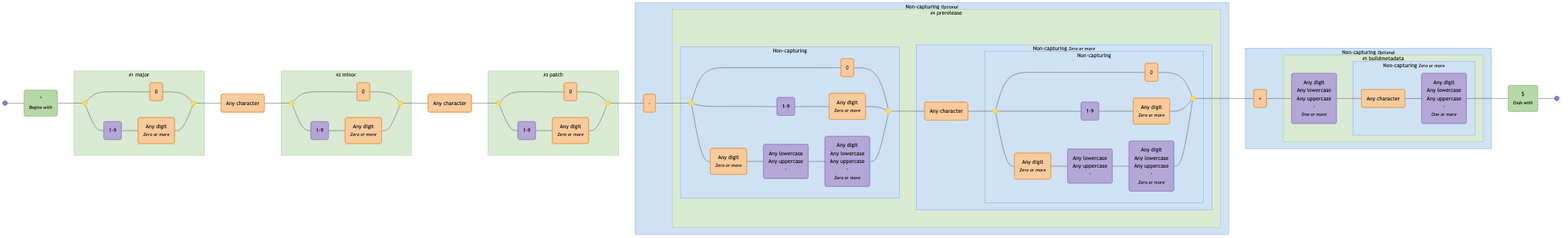
The Mermaid diagram diagrams/semver.mermaid-diagram.png in tayles/regex-to-mermaid, before a commit. Its source is kept beside it as diagrams/semver.mermaid. Source of this version:
```mermaid
graph LR
  accTitle: "Regex: ^(?<major>0|[1-9]\\d*)\\.(?<minor>0|[1-9]\\d*)\\.(?<patch>0|[1-9]\\d*)(?:-(?<prerelease>(?:0|[1-9]\\d*|\\d*[a-zA-Z-][0-9a-zA-Z-]*)(?:\\.(?:0|[1-9]\\d*|\\d*[a-zA-Z-][0-9a-zA-Z-]*))*))?(?:\\+(?<buildmetadata>[0-9a-zA-Z-]+(?:\\.[0-9a-zA-Z-]+)*))?$"
  accDescr: "Generated with regex-to-mermaid@1.0.3"

  start@{ shape: f-circ };
  fin@{ shape: f-circ };
  assertion_1("^<br><i><small>Begins with</small></i>"):::assertion;
  disjunction_begin_1:::disjunction@{ shape: f-circ };
  disjunction_end_1:::disjunction@{ shape: f-circ };
  literal_1("0"):::literal;
  char_class_1("1-9"):::char-class;
  literal_2("Any digit<br><i><small>Zero or more</small></i>"):::literal;
  literal_3("Any character"):::literal;
  disjunction_begin_2:::disjunction@{ shape: f-circ };
  disjunction_end_2:::disjunction@{ shape: f-circ };
  literal_4("0"):::literal;
  char_class_2("1-9"):::char-class;
  literal_5("Any digit<br><i><small>Zero or more</small></i>"):::literal;
  literal_6("Any character"):::literal;
  disjunction_begin_3:::disjunction@{ shape: f-circ };
  disjunction_end_3:::disjunction@{ shape: f-circ };
  literal_7("0"):::literal;
  char_class_3("1-9"):::char-class;
  literal_8("Any digit<br><i><small>Zero or more</small></i>"):::literal;
  literal_9("-"):::literal;
  disjunction_begin_4:::disjunction@{ shape: f-circ };
  disjunction_end_4:::disjunction@{ shape: f-circ };
  literal_10("0"):::literal;
  char_class_4("1-9"):::char-class;
  literal_11("Any digit<br><i><small>Zero or more</small></i>"):::literal;
  literal_12("Any digit<br><i><small>Zero or more</small></i>"):::literal;
  char_class_5("Any lowercase<br>Any uppercase<br>-"):::char-class;
  char_class_6("Any digit<br>Any lowercase<br>Any uppercase<br>-<br><i><small>Zero or more</small></i>"):::char-class;
  literal_13("Any character"):::literal;
  disjunction_begin_5:::disjunction@{ shape: f-circ };
  disjunction_end_5:::disjunction@{ shape: f-circ };
  literal_14("0"):::literal;
  char_class_7("1-9"):::char-class;
  literal_15("Any digit<br><i><small>Zero or more</small></i>"):::literal;
  literal_16("Any digit<br><i><small>Zero or more</small></i>"):::literal;
  char_class_8("Any lowercase<br>Any uppercase<br>-"):::char-class;
  char_class_9("Any digit<br>Any lowercase<br>Any uppercase<br>-<br><i><small>Zero or more</small></i>"):::char-class;
  literal_17("+"):::literal;
  char_class_10("Any digit<br>Any lowercase<br>Any uppercase<br>-<br><i><small>One or more</small></i>"):::char-class;
  literal_18("Any character"):::literal;
  char_class_11("Any digit<br>Any lowercase<br>Any uppercase<br>-<br><i><small>One or more</small></i>"):::char-class;
  assertion_2("$<br><i><small>Ends with</small></i>"):::assertion;

  subgraph named_capture_1 ["<small>#1</small> major"]
    disjunction_begin_1
    disjunction_end_1
    literal_1
    char_class_1
    literal_2
  end

  subgraph named_capture_2 ["<small>#2</small> minor"]
    disjunction_begin_2
    disjunction_end_2
    literal_4
    char_class_2
    literal_5
  end

  subgraph named_capture_3 ["<small>#3</small> patch"]
    disjunction_begin_3
    disjunction_end_3
    literal_7
    char_class_3
    literal_8
  end

  subgraph non_capturing_2 ["Non-capturing"]
    disjunction_begin_4
    disjunction_end_4
    literal_10
    char_class_4
    literal_11
    literal_12
    char_class_5
    char_class_6
  end

  subgraph non_capturing_4 ["Non-capturing"]
    disjunction_begin_5
    disjunction_end_5
    literal_14
    char_class_7
    literal_15
    literal_16
    char_class_8
    char_class_9
  end

  subgraph non_capturing_3 ["Non-capturing <small><i>Zero or more</i></small>"]
    non_capturing_4
    literal_13
  end

  subgraph named_capture_4 ["<small>#4</small> prerelease"]
    non_capturing_2
    non_capturing_4
    non_capturing_3
  end

  subgraph non_capturing_1 ["Non-capturing <small><i>Optional</i></small>"]
    non_capturing_2
    non_capturing_4
    non_capturing_3
    named_capture_4
    literal_9
  end

  subgraph non_capturing_6 ["Non-capturing <small><i>Zero or more</i></small>"]
    literal_18
    char_class_11
  end

  subgraph named_capture_5 ["<small>#5</small> buildmetadata"]
    non_capturing_6
    char_class_10
  end

  subgraph non_capturing_5 ["Non-capturing <small><i>Optional</i></small>"]
    non_capturing_6
    named_capture_5
    literal_17
  end

  start --- assertion_1;
  assertion_1 --- disjunction_begin_1;
  disjunction_begin_1 --- literal_1;
  literal_1 --- disjunction_end_1;
  disjunction_begin_1 --- char_class_1;
  char_class_1 --- literal_2;
  literal_2 --- disjunction_end_1;
  disjunction_end_1 --- literal_3;
  literal_3 --- disjunction_begin_2;
  disjunction_begin_2 --- literal_4;
  literal_4 --- disjunction_end_2;
  disjunction_begin_2 --- char_class_2;
  char_class_2 --- literal_5;
  literal_5 --- disjunction_end_2;
  disjunction_end_2 --- literal_6;
  literal_6 --- disjunction_begin_3;
  disjunction_begin_3 --- literal_7;
  literal_7 --- disjunction_end_3;
  disjunction_begin_3 --- char_class_3;
  char_class_3 --- literal_8;
  literal_8 --- disjunction_end_3;
  disjunction_end_3 --- literal_9;
  literal_9 --- disjunction_begin_4;
  disjunction_begin_4 --- literal_10;
  literal_10 --- disjunction_end_4;
  disjunction_begin_4 --- char_class_4;
  char_class_4 --- literal_11;
  literal_11 --- disjunction_end_4;
  disjunction_begin_4 --- literal_12;
  literal_12 --- char_class_5;
  char_class_5 --- char_class_6;
  char_class_6 --- disjunction_end_4;
  disjunction_end_4 --- literal_13;
  literal_13 --- disjunction_begin_5;
  disjunction_begin_5 --- literal_14;
  literal_14 --- disjunction_end_5;
  disjunction_begin_5 --- char_class_7;
  char_class_7 --- literal_15;
  literal_15 --- disjunction_end_5;
  disjunction_begin_5 --- literal_16;
  literal_16 --- char_class_8;
  char_class_8 --- char_class_9;
  char_class_9 --- disjunction_end_5;
  disjunction_end_5 --- literal_17;
  literal_17 --- char_class_10;
  char_class_10 --- literal_18;
  literal_18 --- char_class_11;
  char_class_11 --- assertion_2;
  assertion_2 --- fin;

  classDef assertion fill:#B6D7A8,stroke:#93C47D,color:#000000;
  classDef disjunction fill:#FFD966,stroke:#F1C232,color:#000000;
  classDef literal fill:#F9CB9C,stroke:#E69138,color:#000000;
  classDef char-class fill:#B4A7D6,stroke:#8E7CC3,color:#000000;

  classDef named-capture fill:#D9EAD3,stroke:#93C47D,color:#000000;
  classDef non-capturing fill:#CFE2F3,stroke:#6D9EEB,color:#000000;

  class named_capture_1,named_capture_2,named_capture_3,named_capture_4,named_capture_5 named-capture;
  class non_capturing_2,non_capturing_4,non_capturing_3,non_capturing_1,non_capturing_6,non_capturing_5 non-capturing;
```
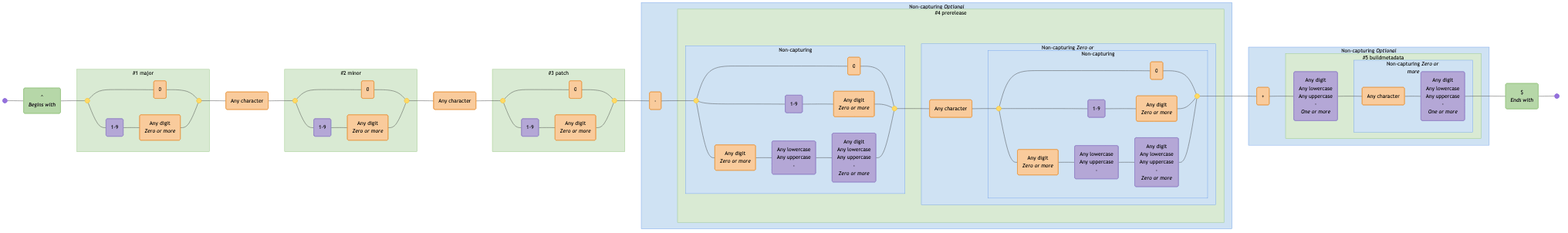
After the commit.

What changed in the source:
```diff
@@ -4,49 +4,49 @@
 
   start@{ shape: f-circ };
   fin@{ shape: f-circ };
-  assertion_1("^<br><i><small>Begins with</small></i>"):::assertion;
+  assertion_1("^<br><i>Begins with</i>"):::assertion;
   disjunction_begin_1:::disjunction@{ shape: f-circ };
   disjunction_end_1:::disjunction@{ shape: f-circ };
   literal_1("0"):::literal;
   char_class_1("1-9"):::char-class;
-  literal_2("Any digit<br><i><small>Zero or more</small></i>"):::literal;
+  literal_2("Any digit<br><i>Zero or more</i>"):::literal;
   literal_3("Any character"):::literal;
   disjunction_begin_2:::disjunction@{ shape: f-circ };
   disjunction_end_2:::disjunction@{ shape: f-circ };
   literal_4("0"):::literal;
   char_class_2("1-9"):::char-class;
-  literal_5("Any digit<br><i><small>Zero or more</small></i>"):::literal;
+  literal_5("Any digit<br><i>Zero or more</i>"):::literal;
   literal_6("Any character"):::literal;
   disjunction_begin_3:::disjunction@{ shape: f-circ };
   disjunction_end_3:::disjunction@{ shape: f-circ };
   literal_7("0"):::literal;
   char_class_3("1-9"):::char-class;
-  literal_8("Any digit<br><i><small>Zero or more</small></i>"):::literal;
+  literal_8("Any digit<br><i>Zero or more</i>"):::literal;
   literal_9("-"):::literal;
   disjunction_begin_4:::disjunction@{ shape: f-circ };
   disjunction_end_4:::disjunction@{ shape: f-circ };
   literal_10("0"):::literal;
   char_class_4("1-9"):::char-class;
-  literal_11("Any digit<br><i><small>Zero or more</small></i>"):::literal;
-  literal_12("Any digit<br><i><small>Zero or more</small></i>"):::literal;
+  literal_11("Any digit<br><i>Zero or more</i>"):::literal;
+  literal_12("Any digit<br><i>Zero or more</i>"):::literal;
   char_class_5("Any lowercase<br>Any uppercase<br>-"):::char-class;
-  char_class_6("Any digit<br>Any lowercase<br>Any uppercase<br>-<br><i><small>Zero or more</small></i>"):::char-class;
+  char_class_6("Any digit<br>Any lowercase<br>Any uppercase<br>-<br><i>Zero or more</i>"):::char-class;
   literal_13("Any character"):::literal;
   disjunction_begin_5:::disjunction@{ shape: f-circ };
   disjunction_end_5:::disjunction@{ shape: f-circ };
   literal_14("0"):::literal;
   char_class_7("1-9"):::char-class;
-  literal_15("Any digit<br><i><small>Zero or more</small></i>"):::literal;
-  literal_16("Any digit<br><i><small>Zero or more</small></i>"):::literal;
+  literal_15("Any digit<br><i>Zero or more</i>"):::literal;
+  literal_16("Any digit<br><i>Zero or more</i>"):::literal;
   char_class_8("Any lowercase<br>Any uppercase<br>-"):::char-class;
-  char_class_9("Any digit<br>Any lowercase<br>Any uppercase<br>-<br><i><small>Zero or more</small></i>"):::char-class;
+  char_class_9("Any digit<br>Any lowercase<br>Any uppercase<br>-<br><i>Zero or more</i>"):::char-class;
   literal_17("+"):::literal;
-  char_class_10("Any digit<br>Any lowercase<br>Any uppercase<br>-<br><i><small>One or more</small></i>"):::char-class;
+  char_class_10("Any digit<br>Any lowercase<br>Any uppercase<br>-<br><i>One or more</i>"):::char-class;
   literal_18("Any character"):::literal;
-  char_class_11("Any digit<br>Any lowercase<br>Any uppercase<br>-<br><i><small>One or more</small></i>"):::char-class;
-  assertion_2("$<br><i><small>Ends with</small></i>"):::assertion;
+  char_class_11("Any digit<br>Any lowercase<br>Any uppercase<br>-<br><i>One or more</i>"):::char-class;
+  assertion_2("$<br><i>Ends with</i>"):::assertion;
 
-  subgraph named_capture_1 ["<small>#1</small> major"]
+  subgraph named_capture_1 ["#1 major"]
     disjunction_begin_1
     disjunction_end_1
     literal_1
@@ -54,7 +54,7 @@
     literal_2
   end
 
-  subgraph named_capture_2 ["<small>#2</small> minor"]
+  subgraph named_capture_2 ["#2 minor"]
     disjunction_begin_2
     disjunction_end_2
     literal_4
@@ -62,7 +62,7 @@
     literal_5
   end
 
-  subgraph named_capture_3 ["<small>#3</small> patch"]
+  subgraph named_capture_3 ["#3 patch"]
     disjunction_begin_3
     disjunction_end_3
     literal_7
@@ -92,18 +92,18 @@
     char_class_9
   end
 
-  subgraph non_capturing_3 ["Non-capturing <small><i>Zero or more</i></small>"]
+  subgraph non_capturing_3 ["Non-capturing <i>Zero or more</i>"]
     non_capturing_4
     literal_13
   end
 
-  subgraph named_capture_4 ["<small>#4</small> prerelease"]
+  subgraph named_capture_4 ["#4 prerelease"]
     non_capturing_2
     non_capturing_4
     non_capturing_3
   end
 
-  subgraph non_capturing_1 ["Non-capturing <small><i>Optional</i></small>"]
+  subgraph non_capturing_1 ["Non-capturing <i>Optional</i>"]
     non_capturing_2
     non_capturing_4
     non_capturing_3
@@ -111,17 +111,17 @@
     literal_9
   end
 
-  subgraph non_capturing_6 ["Non-capturing <small><i>Zero or more</i></small>"]
+  subgraph non_capturing_6 ["Non-capturing <i>Zero or more</i>"]
     literal_18
     char_class_11
   end
 
-  subgraph named_capture_5 ["<small>#5</small> buildmetadata"]
+  subgraph named_capture_5 ["#5 buildmetadata"]
     non_capturing_6
     char_class_10
   end
 
-  subgraph non_capturing_5 ["Non-capturing <small><i>Optional</i></small>"]
+  subgraph non_capturing_5 ["Non-capturing <i>Optional</i>"]
     non_capturing_6
     named_capture_5
     literal_17
```
